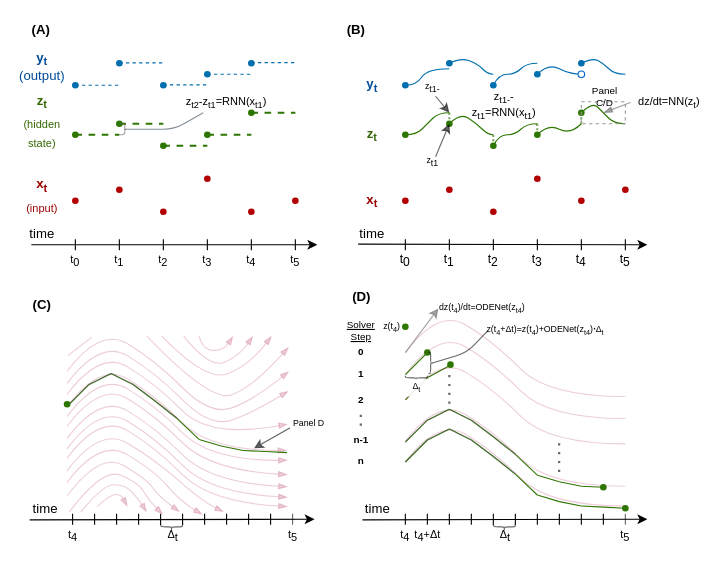
Before: graph1.drawio in oizin/links, a draw.io diagram. Source tidied: cells renumbered, new cells numbered last; positions are measured from the earlier drawing's top-left corner, leaving out a move shared by most shapes. Both pictures are drawn from the tidied source at 110%, with x=0, y=0 at pixel (20, 19).
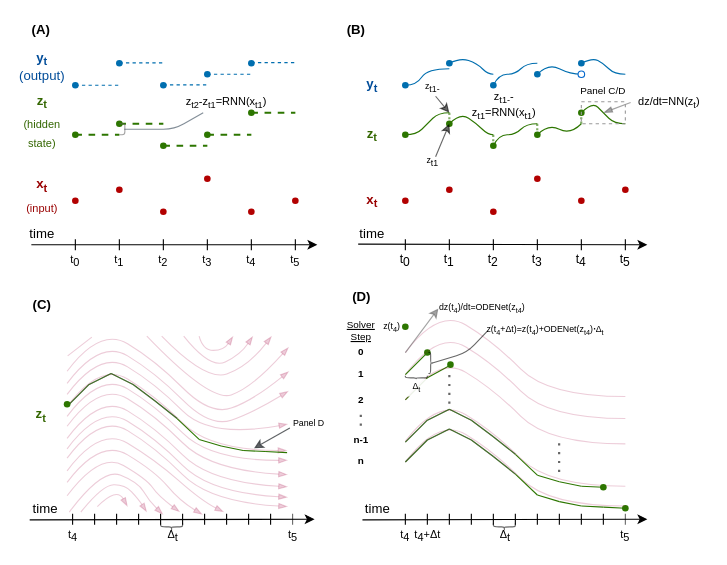
The same page after the edit.

Change to the diagram source:
```diff
@@
     <mxCell id="103" value="Panel C/D" style="text;html=1;strokeColor=none;fillColor=none;align=center;verticalAlign=middle;whiteSpace=wrap;rounded=0;dashed=1;fontSize=9;" parent="1" vertex="1">
-      <mxGeometry x="510" y="65" width="42.5" height="10" as="geometry" />
+      <mxGeometry x="500" y="60" width="60" height="10" as="geometry" />
     </mxCell>
@@
+    <mxCell id="247" value="z&lt;sub&gt;t&lt;/sub&gt;" style="text;html=1;align=center;verticalAlign=middle;whiteSpace=wrap;rounded=0;fontColor=#336600;fontStyle=1;" parent="1" vertex="1">
+      <mxGeometry x="-1.2" y="350" width="40" height="20" as="geometry" />
+    </mxCell>
```
